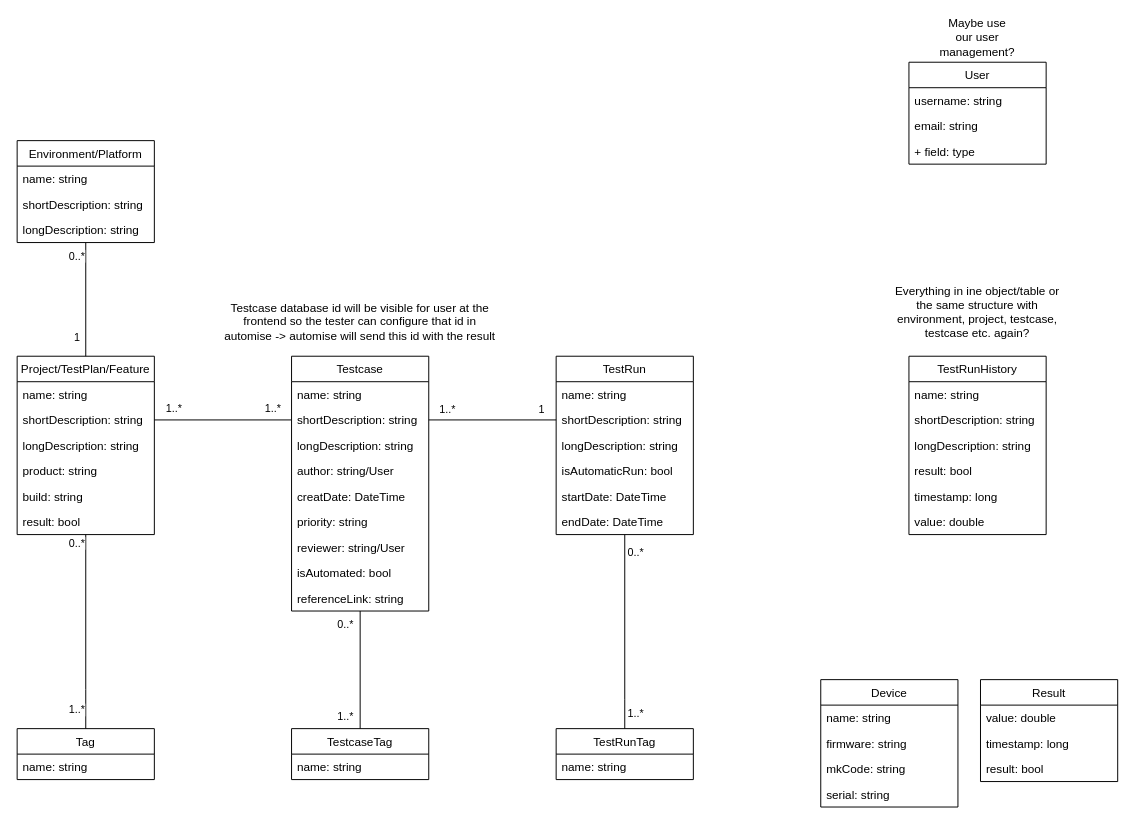
Before: Misc/DrawIO/TCMS_DomainModel.drawio in iiNomad23/FHV_BachelorThesis, a draw.io diagram. Source tidied: cells renumbered, new cells numbered last; positions are measured from the earlier drawing's top-left corner, leaving out a move shared by most shapes. Both pictures are drawn from the tidied source at 98%, with x=0, y=0 at pixel (17, 23).
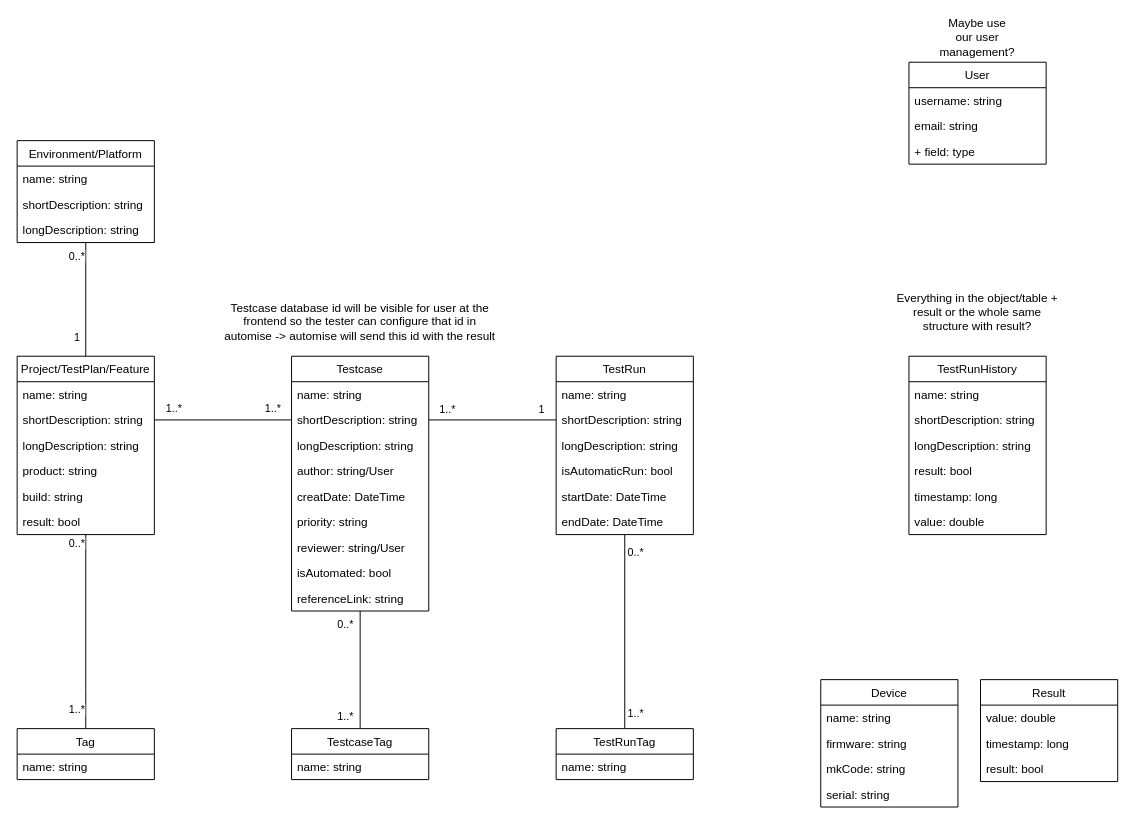
The same page after the edit.

Diff of the diagram source:
```diff
@@
-    <mxCell id="71" value="Everything in ine object/table or the same structure with environment, project, testcase, testcase etc. again?" style="text;html=1;strokeColor=none;fillColor=none;align=center;verticalAlign=middle;whiteSpace=wrap;rounded=0;" parent="1" vertex="1">
+    <mxCell id="71" value="Everything in the object/table + result or the whole same structure with result?" style="text;html=1;strokeColor=none;fillColor=none;align=center;verticalAlign=middle;whiteSpace=wrap;rounded=0;" parent="1" vertex="1">
       <mxGeometry x="895" y="280" width="170" height="30" as="geometry" />
     </mxCell>
```
